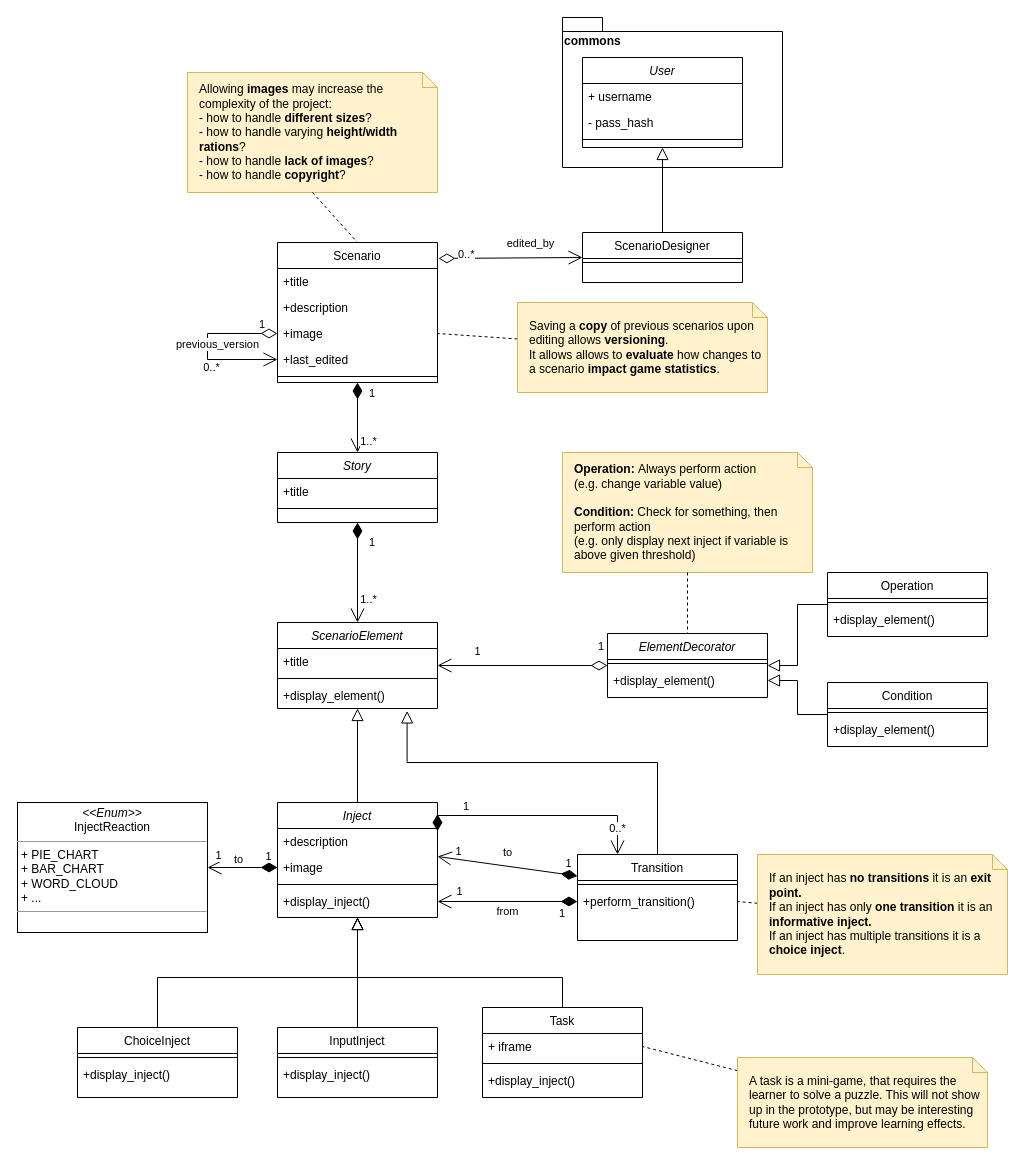
This is page "Scenario_Design" (2 of 5) of artefacts/concept-1.0/diagrams/class diagram.drawio from Elias-Ladenburger/CSEP, a draw.io file, before an edit. Source tidied: cells renumbered, new cells numbered last; positions are measured from the earlier drawing's top-left corner, leaving out a move shared by most shapes. Both pictures are drawn from the tidied source at 100%, with x=0, y=0 at pixel (17, 17).
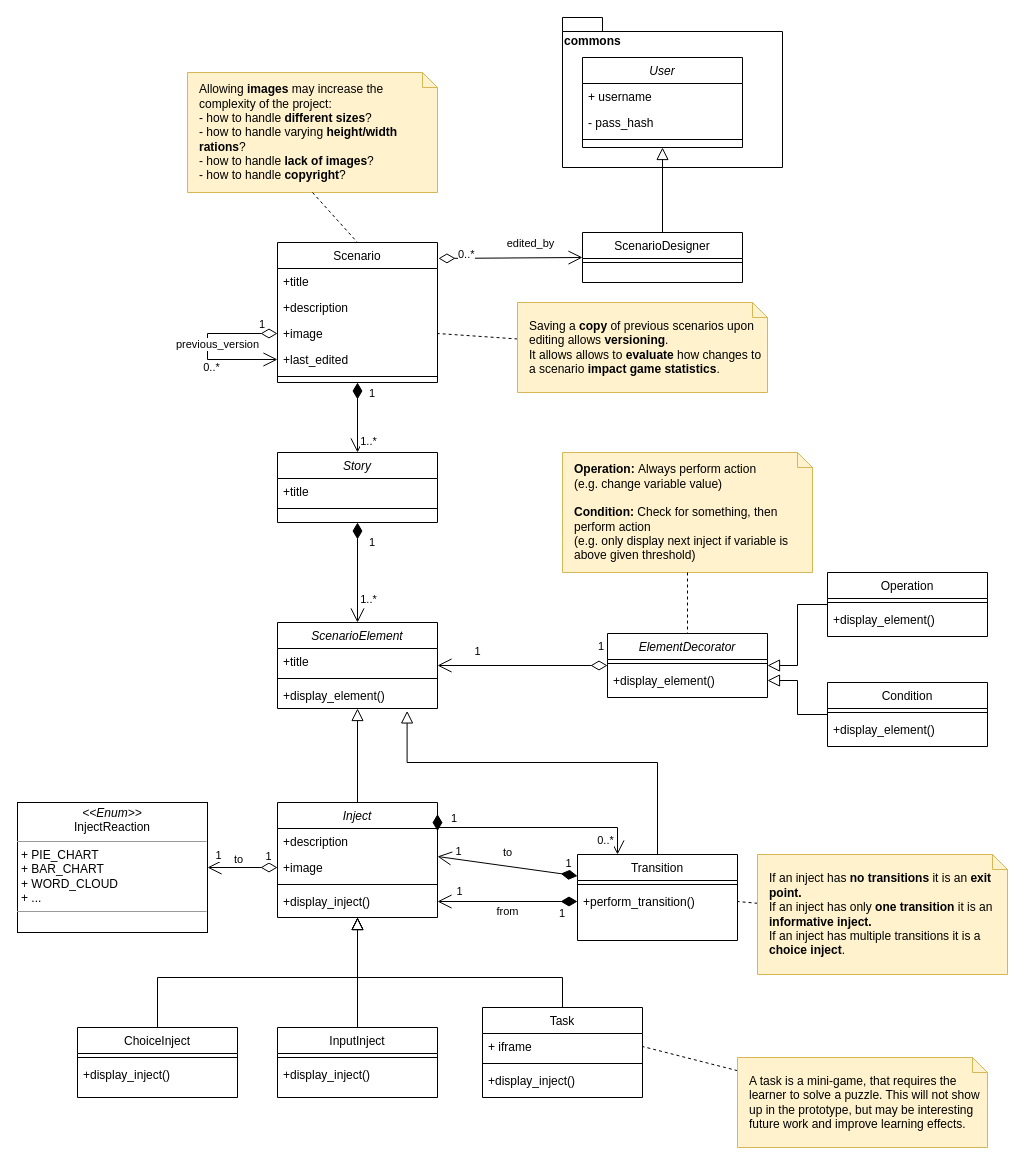
The same diagram, later.

Unchanged cells that the change refers to:
```xml
<mxCell id="11" value="Inject" style="swimlane;fontStyle=2;align=center;verticalAlign=top;horizontal=1;startSize=26;rounded=0;shadow=0;strokeWidth=1;" parent="1" vertex="1">
  <mxGeometry x="260" y="785" width="160" height="115" as="geometry" />
</mxCell>
<mxCell id="13" value="+image" style="text;align=left;verticalAlign=top;spacingLeft=4;spacingRight=4;overflow=hidden;points=[[0,0.5],[1,0.5]];portConstraint=eastwest;rounded=0;shadow=0;html=0;" parent="11" vertex="1">
  <mxGeometry y="52" width="160" height="26" as="geometry" />
</mxCell>
<mxCell id="18" value="Transition" style="swimlane;fontStyle=0;align=center;verticalAlign=top;horizontal=1;startSize=26;rounded=0;shadow=0;strokeWidth=1;" parent="1" vertex="1">
  <mxGeometry x="560" y="837" width="160" height="86" as="geometry" />
</mxCell>
<mxCell id="83" value="&lt;p style=&quot;margin: 0px ; margin-top: 4px ; text-align: center&quot;&gt;&lt;i&gt;&amp;lt;&amp;lt;Enum&amp;gt;&amp;gt;&lt;/i&gt;&lt;br&gt;InjectReaction&lt;br&gt;&lt;/p&gt;&lt;hr size=&quot;1&quot;&gt;&lt;p style=&quot;margin: 0px ; margin-left: 4px&quot;&gt;+ PIE_CHART&lt;br&gt;+ BAR_CHART&lt;/p&gt;&lt;p style=&quot;margin: 0px ; margin-left: 4px&quot;&gt;+ WORD_CLOUD&lt;/p&gt;&lt;p style=&quot;margin: 0px ; margin-left: 4px&quot;&gt;+ ...&lt;br&gt;&lt;/p&gt;&lt;hr size=&quot;1&quot;&gt;" style="verticalAlign=top;align=left;overflow=fill;fontSize=12;fontFamily=Helvetica;html=1;" parent="1" vertex="1">
  <mxGeometry y="785" width="190" height="130" as="geometry" />
</mxCell>
```

Change to the diagram source:
```diff
@@
     <mxCell id="21" value="1" style="endArrow=open;html=1;endSize=12;startArrow=diamondThin;startSize=14;startFill=1;edgeStyle=orthogonalEdgeStyle;align=left;verticalAlign=bottom;exitX=1;exitY=0.101;exitDx=0;exitDy=0;exitPerimeter=0;entryX=0.25;entryY=0;entryDx=0;entryDy=0;rounded=0;" parent="1" edge="1" source="11" target="18">
       <mxGeometry x="-0.77" relative="1" as="geometry">
         <Array as="points">
-          <mxPoint x="600" y="798" />
+          <mxPoint x="420" y="810" />
+          <mxPoint x="600" y="810" />
         </Array>
       </mxGeometry>
     </mxCell>
@@
-    <mxCell id="79" style="endArrow=open;html=1;endSize=12;startArrow=diamondThin;startSize=14;startFill=1;align=left;verticalAlign=bottom;entryX=1;entryY=0.5;entryDx=0;entryDy=0;exitX=0;exitY=0.5;exitDx=0;exitDy=0;rounded=0;" parent="1" edge="1" source="13" target="83">
+    <mxCell id="79" style="endArrow=open;html=1;endSize=12;startArrow=diamondThin;startSize=14;startFill=0;align=left;verticalAlign=bottom;entryX=1;entryY=0.5;entryDx=0;entryDy=0;exitX=0;exitY=0.5;exitDx=0;exitDy=0;rounded=0;" parent="1" edge="1" source="13" target="83">
       <mxGeometry x="-0.33" relative="1" as="geometry" />
     </mxCell>
```
